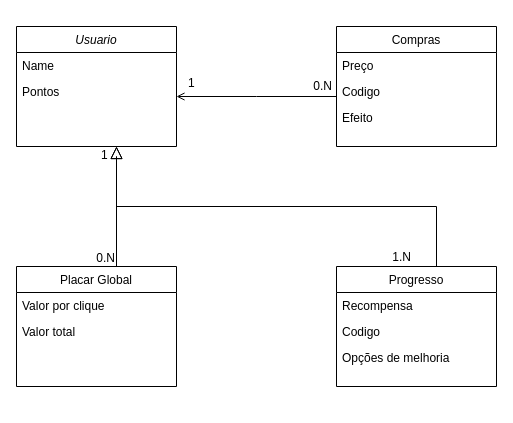
Earlier version of the draw.io diagram Diagrama sem nome.drawio (t4rsss/ClickerGamer-React). Source tidied: cells renumbered, new cells numbered last; positions are measured from the earlier drawing's top-left corner, leaving out a move shared by most shapes. Both pictures are drawn from the tidied source at 100%, with x=0, y=0 at pixel (16, 26).
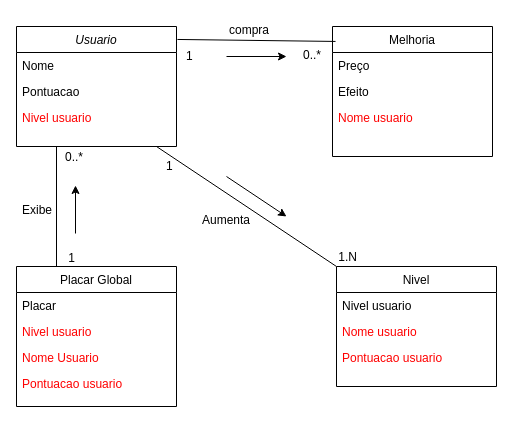
Above is the later version.

The change refers to these unchanged cells:
```xml
<mxCell id="2" value="Usuario" style="swimlane;fontStyle=2;align=center;verticalAlign=top;horizontal=1;startSize=26;rounded=0;shadow=0;strokeWidth=1;" parent="1" vertex="1">
  <mxGeometry width="160" height="120" as="geometry" />
</mxCell>
```

Change to the diagram source:
```diff
@@
-    <mxCell id="3" value="Name" style="text;align=left;verticalAlign=top;spacingLeft=4;spacingRight=4;overflow=hidden;" parent="2" vertex="1">
+    <mxCell id="3" value="Nome" style="text;align=left;verticalAlign=top;spacingLeft=4;spacingRight=4;overflow=hidden;" parent="2" vertex="1">
       <mxGeometry y="26" width="160" height="26" as="geometry" />
     </mxCell>
-    <mxCell id="4" value="Pontos " style="text;align=left;verticalAlign=top;spacingLeft=4;spacingRight=4;overflow=hidden;rounded=0;shadow=0;html=0;" parent="2" vertex="1">
+    <mxCell id="4" value="Pontuacao" style="text;align=left;verticalAlign=top;spacingLeft=4;spacingRight=4;overflow=hidden;rounded=0;shadow=0;html=0;" parent="2" vertex="1">
       <mxGeometry y="52" width="160" height="26" as="geometry" />
     </mxCell>
+    <mxCell id="24" value="Nivel usuario" style="text;align=left;verticalAlign=top;spacingLeft=4;spacingRight=4;overflow=hidden;fontColor=#FF0000;" parent="2" vertex="1">
+      <mxGeometry y="78" width="160" height="26" as="geometry" />
+    </mxCell>
     <mxCell id="5" value="Placar Global" style="swimlane;fontStyle=0;align=center;verticalAlign=top;horizontal=1;startSize=26;rounded=0;shadow=0;strokeWidth=1;" parent="1" vertex="1">
-      <mxGeometry y="240" width="160" height="120" as="geometry" />
+      <mxGeometry y="240" width="160" height="140" as="geometry" />
     </mxCell>
+    <mxCell id="25" value="Placar" style="text;align=left;verticalAlign=top;spacingLeft=4;spacingRight=4;overflow=hidden;rounded=0;shadow=0;html=0;" parent="5" vertex="1">
+      <mxGeometry y="26" width="160" height="26" as="geometry" />
+    </mxCell>
+    <mxCell id="26" value="Nivel usuario" style="text;align=left;verticalAlign=top;spacingLeft=4;spacingRight=4;overflow=hidden;fontColor=#FF0000;" parent="5" vertex="1">
+      <mxGeometry y="52" width="160" height="26" as="geometry" />
+    </mxCell>
-    <mxCell id="6" value="Valor por clique" style="text;align=left;verticalAlign=top;spacingLeft=4;spacingRight=4;overflow=hidden;" parent="5" vertex="1">
-      <mxGeometry y="26" width="160" height="26" as="geometry" />
+    <mxCell id="6" value="Nome Usuario" style="text;align=left;verticalAlign=top;spacingLeft=4;spacingRight=4;overflow=hidden;fontColor=#FF0000;" parent="5" vertex="1">
+      <mxGeometry y="78" width="160" height="26" as="geometry" />
     </mxCell>
-    <mxCell id="7" value="Valor total" style="text;align=left;verticalAlign=top;spacingLeft=4;spacingRight=4;overflow=hidden;rounded=0;shadow=0;html=0;" parent="5" vertex="1">
-      <mxGeometry y="52" width="160" height="68" as="geometry" />
+    <mxCell id="7" value="Pontuacao usuario" style="text;align=left;verticalAlign=top;spacingLeft=4;spacingRight=4;overflow=hidden;rounded=0;shadow=0;html=0;fontColor=#FF0000;" parent="5" vertex="1">
+      <mxGeometry y="104" width="160" height="28" as="geometry" />
     </mxCell>
-    <mxCell id="8" style="endArrow=block;endSize=10;endFill=0;shadow=0;strokeWidth=1;rounded=0;curved=0;edgeStyle=elbowEdgeStyle;elbow=vertical;" parent="1" edge="1" source="5">
-      <mxGeometry relative="1" as="geometry">
-        <mxPoint x="100" y="120" as="targetPoint" />
-        <Array as="points">
-          <mxPoint x="100" y="130" />
-        </Array>
-      </mxGeometry>
-    </mxCell>
-    <mxCell id="9" value="Progresso" style="swimlane;fontStyle=0;align=center;verticalAlign=top;horizontal=1;startSize=26;rounded=0;shadow=0;strokeWidth=1;" parent="1" vertex="1">
+    <mxCell id="9" value="Nivel" style="swimlane;fontStyle=0;align=center;verticalAlign=top;horizontal=1;startSize=26;rounded=0;shadow=0;strokeWidth=1;" parent="1" vertex="1">
       <mxGeometry x="320" y="240" width="160" height="120" as="geometry" />
     </mxCell>
-    <mxCell id="10" value="Recompensa" style="text;align=left;verticalAlign=top;spacingLeft=4;spacingRight=4;overflow=hidden;" parent="9" vertex="1">
+    <mxCell id="10" value="Nivel usuario" style="text;align=left;verticalAlign=top;spacingLeft=4;spacingRight=4;overflow=hidden;" parent="9" vertex="1">
       <mxGeometry y="26" width="160" height="26" as="geometry" />
     </mxCell>
-    <mxCell id="11" value="Codigo" style="text;align=left;verticalAlign=top;spacingLeft=4;spacingRight=4;overflow=hidden;rounded=0;shadow=0;html=0;" parent="9" vertex="1">
-      <mxGeometry y="52" width="160" height="26" as="geometry" />
-    </mxCell>
-    <mxCell id="12" value="Opções de melhoria" style="text;align=left;verticalAlign=top;spacingLeft=4;spacingRight=4;overflow=hidden;rounded=0;shadow=0;html=0;" parent="9" vertex="1">
-      <mxGeometry y="78" width="160" height="26" as="geometry" />
-    </mxCell>
-    <mxCell id="13" style="endArrow=block;endSize=10;endFill=0;shadow=0;strokeWidth=1;rounded=0;curved=0;edgeStyle=elbowEdgeStyle;elbow=vertical;" parent="1" edge="1">
-      <mxGeometry relative="1" as="geometry">
-        <mxPoint x="420" y="240" as="sourcePoint" />
-        <mxPoint x="100" y="120" as="targetPoint" />
-      </mxGeometry>
-    </mxCell>
+    <mxCell id="27" value="Nome usuario" style="text;align=left;verticalAlign=top;spacingLeft=4;spacingRight=4;overflow=hidden;fontColor=#FF0000;" parent="9" vertex="1">
+      <mxGeometry y="52" width="160" height="26" as="geometry" />
+    </mxCell>
+    <mxCell id="28" value="Pontuacao usuario" style="text;align=left;verticalAlign=top;spacingLeft=4;spacingRight=4;overflow=hidden;fontColor=#FF0000;" parent="9" vertex="1">
+      <mxGeometry y="78" width="160" height="26" as="geometry" />
+    </mxCell>
-    <mxCell id="14" value="Compras" style="swimlane;fontStyle=0;align=center;verticalAlign=top;horizontal=1;startSize=26;rounded=0;shadow=0;strokeWidth=1;" parent="1" vertex="1">
-      <mxGeometry x="320" width="160" height="120" as="geometry" />
+    <mxCell id="14" value="Melhoria" style="swimlane;fontStyle=0;align=center;verticalAlign=top;horizontal=1;startSize=26;rounded=0;shadow=0;strokeWidth=1;" parent="1" vertex="1">
+      <mxGeometry x="316" width="160" height="130" as="geometry" />
     </mxCell>
@@
+    <mxCell id="17" value="Efeito" style="text;align=left;verticalAlign=top;spacingLeft=4;spacingRight=4;overflow=hidden;rounded=0;shadow=0;html=0;" parent="14" vertex="1">
+      <mxGeometry y="52" width="160" height="26" as="geometry" />
+    </mxCell>
-    <mxCell id="16" value="Codigo" style="text;align=left;verticalAlign=top;spacingLeft=4;spacingRight=4;overflow=hidden;rounded=0;shadow=0;html=0;" parent="14" vertex="1">
-      <mxGeometry y="52" width="160" height="26" as="geometry" />
+    <mxCell id="16" value="Nome usuario" style="text;align=left;verticalAlign=top;spacingLeft=4;spacingRight=4;overflow=hidden;rounded=0;shadow=0;html=0;fontColor=#FF0000;" parent="14" vertex="1">
+      <mxGeometry y="78" width="160" height="26" as="geometry" />
     </mxCell>
-    <mxCell id="17" value="Efeito" style="text;align=left;verticalAlign=top;spacingLeft=4;spacingRight=4;overflow=hidden;rounded=0;shadow=0;html=0;" parent="14" vertex="1">
-      <mxGeometry y="78" width="160" height="26" as="geometry" />
-    </mxCell>
-    <mxCell id="18" style="endArrow=open;shadow=0;strokeWidth=1;rounded=0;curved=0;endFill=1;edgeStyle=elbowEdgeStyle;elbow=vertical;exitX=0;exitY=0.5;exitDx=0;exitDy=0;entryX=1;entryY=0.5;entryDx=0;entryDy=0;" parent="1" edge="1">
-      <mxGeometry x="0.5" y="41" relative="1" as="geometry">
-        <mxPoint x="320" y="70" as="sourcePoint" />
-        <mxPoint x="160" y="70" as="targetPoint" />
-        <mxPoint x="-40" y="32" as="offset" />
-      </mxGeometry>
-    </mxCell>
-    <mxCell id="19" value="1" style="align=left;verticalAlign=bottom;labelBackgroundColor=none;fontSize=12;" parent="18" vertex="1">
-      <mxGeometry x="-1" relative="1" as="geometry">
-        <mxPoint x="-150" y="-5" as="offset" />
-      </mxGeometry>
-    </mxCell>
-    <mxCell id="20" value="0.N" style="align=right;verticalAlign=bottom;labelBackgroundColor=none;fontSize=12;" parent="18" vertex="1">
-      <mxGeometry x="1" relative="1" as="geometry">
-        <mxPoint x="157" y="-2" as="offset" />
-      </mxGeometry>
-    </mxCell>
-    <mxCell id="21" value="1" style="align=left;verticalAlign=bottom;labelBackgroundColor=none;fontSize=12;direction=north;" parent="1" vertex="1">
-      <mxGeometry x="75" y="139" as="geometry">
-        <mxPoint x="8" y="-2" as="offset" />
-      </mxGeometry>
-    </mxCell>
-    <mxCell id="22" value="1.N" style="align=right;verticalAlign=bottom;labelBackgroundColor=none;fontSize=12;" parent="1" vertex="1">
-      <mxGeometry x="396" y="239" as="geometry" />
+    <mxCell id="22" value="1.N" style="align=right;verticalAlign=bottom;labelBackgroundColor=none;fontSize=12;direction=north;" parent="1" vertex="1">
+      <mxGeometry x="320" y="250" as="geometry">
+        <mxPoint x="22" y="-11" as="offset" />
+      </mxGeometry>
     </mxCell>
-    <mxCell id="23" value="0.N" style="align=right;verticalAlign=bottom;labelBackgroundColor=none;fontSize=12;" parent="1" vertex="1">
-      <mxGeometry x="100" y="240" as="geometry" />
+    <mxCell id="23" value="1" style="align=right;verticalAlign=bottom;labelBackgroundColor=none;fontSize=12;" parent="1" vertex="1">
+      <mxGeometry x="60" y="240" as="geometry" />
     </mxCell>
+    <mxCell id="29" style="endArrow=none;html=1;rounded=0;entryX=0;entryY=0;entryDx=0;entryDy=0;" parent="1" edge="1" target="9">
+      <mxGeometry relative="1" as="geometry">
+        <mxPoint x="140" y="120" as="sourcePoint" />
+      </mxGeometry>
+    </mxCell>
+    <mxCell id="30" style="endArrow=none;html=1;rounded=0;entryX=0.25;entryY=0;entryDx=0;entryDy=0;exitX=0.25;exitY=1;exitDx=0;exitDy=0;" parent="1" edge="1" source="2" target="5">
+      <mxGeometry relative="1" as="geometry" />
+    </mxCell>
+    <mxCell id="31" style="endArrow=none;html=1;rounded=0;entryX=0.019;entryY=0.115;entryDx=0;entryDy=0;entryPerimeter=0;exitX=1.006;exitY=0.108;exitDx=0;exitDy=0;exitPerimeter=0;" parent="1" edge="1" source="2" target="14">
+      <mxGeometry relative="1" as="geometry" />
+    </mxCell>
+    <mxCell id="32" style="endArrow=classic;html=1;rounded=0;" parent="1" edge="1">
+      <mxGeometry relative="1" as="geometry">
+        <mxPoint x="210" y="30" as="sourcePoint" />
+        <mxPoint x="270" y="30" as="targetPoint" />
+      </mxGeometry>
+    </mxCell>
+    <mxCell id="33" style="endArrow=classic;html=1;rounded=0;" parent="1" edge="1">
+      <mxGeometry relative="1" as="geometry">
+        <mxPoint x="210" y="150" as="sourcePoint" />
+        <mxPoint x="270" y="190" as="targetPoint" />
+      </mxGeometry>
+    </mxCell>
+    <mxCell id="34" value="Aumenta" style="text;align=left;verticalAlign=top;spacingLeft=4;spacingRight=4;overflow=hidden;" parent="1" vertex="1">
+      <mxGeometry x="180" y="180" width="70" height="26" as="geometry" />
+    </mxCell>
+    <mxCell id="35" value="1" style="align=left;verticalAlign=bottom;labelBackgroundColor=none;fontSize=12;direction=north;" parent="1" vertex="1">
+      <mxGeometry x="160" y="40" as="geometry">
+        <mxPoint x="8" y="-2" as="offset" />
+      </mxGeometry>
+    </mxCell>
+    <mxCell id="36" value="0..*" style="align=right;verticalAlign=bottom;labelBackgroundColor=none;fontSize=12;" parent="1" vertex="1">
+      <mxGeometry x="300" y="30" as="geometry">
+        <mxPoint x="6" y="7" as="offset" />
+      </mxGeometry>
+    </mxCell>
+    <mxCell id="37" value="Exibe" style="text;align=left;verticalAlign=top;spacingLeft=4;spacingRight=4;overflow=hidden;" parent="1" vertex="1">
+      <mxGeometry y="170" width="70" height="26" as="geometry" />
+    </mxCell>
+    <mxCell id="38" style="endArrow=classic;html=1;rounded=0;" parent="1" edge="1">
+      <mxGeometry relative="1" as="geometry">
+        <mxPoint x="59" y="207" as="sourcePoint" />
+        <mxPoint x="59" y="159" as="targetPoint" />
+      </mxGeometry>
+    </mxCell>
+    <mxCell id="39" value="1" style="align=left;verticalAlign=bottom;labelBackgroundColor=none;fontSize=12;direction=north;" parent="1" vertex="1">
+      <mxGeometry x="140" y="150" as="geometry">
+        <mxPoint x="8" y="-2" as="offset" />
+      </mxGeometry>
+    </mxCell>
+    <mxCell id="40" value="0..*" style="align=right;verticalAlign=bottom;labelBackgroundColor=none;fontSize=12;" parent="1" vertex="1">
+      <mxGeometry x="277" y="84" as="geometry">
+        <mxPoint x="-209" y="55" as="offset" />
+      </mxGeometry>
+    </mxCell>
+    <mxCell id="41" value="compra" style="text;align=left;verticalAlign=top;spacingLeft=4;spacingRight=4;overflow=hidden;" parent="1" vertex="1">
+      <mxGeometry x="207" y="-10" width="70" height="26" as="geometry" />
+    </mxCell>
```
